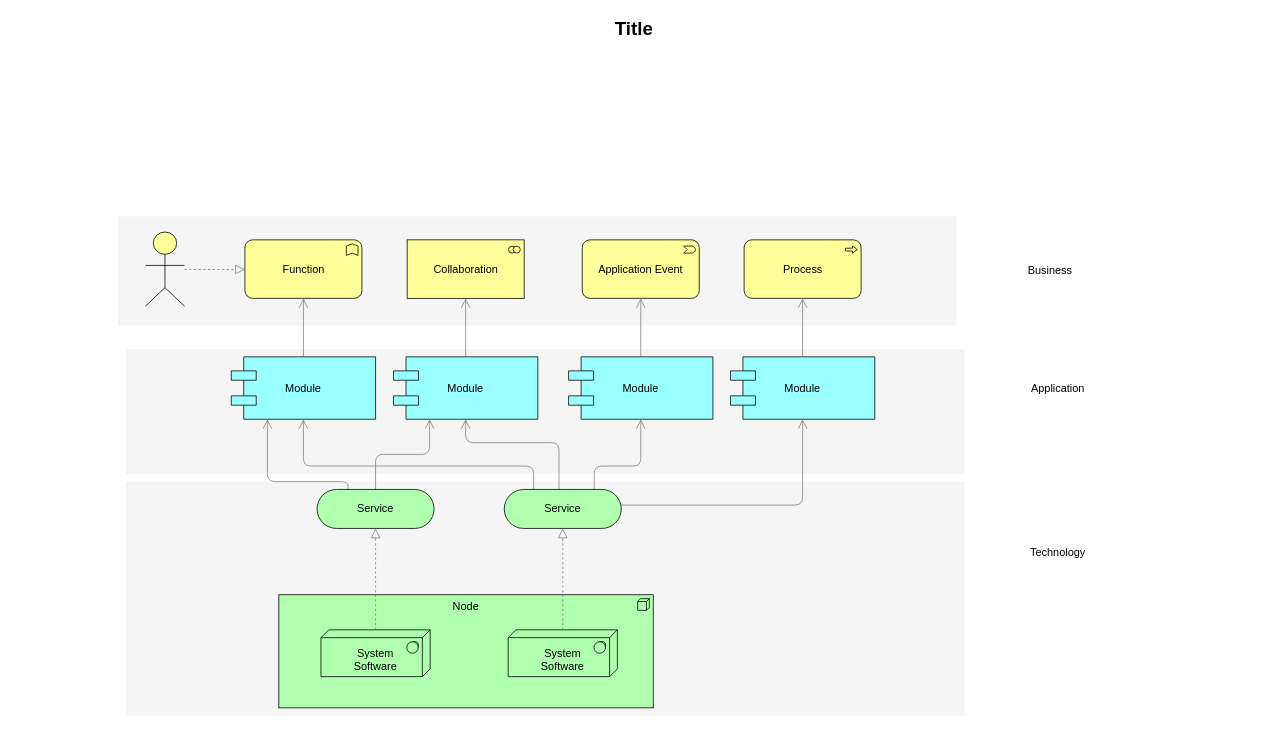
The draw.io diagram Untitled Diagram.drawio in eden2f/docs, before the edit. Source tidied: cells renumbered, new cells numbered last; positions are measured from the earlier drawing's top-left corner, leaving out a move shared by most shapes. Both pictures are drawn from the tidied source at 78%, with x=0, y=0 at pixel (13, 13).
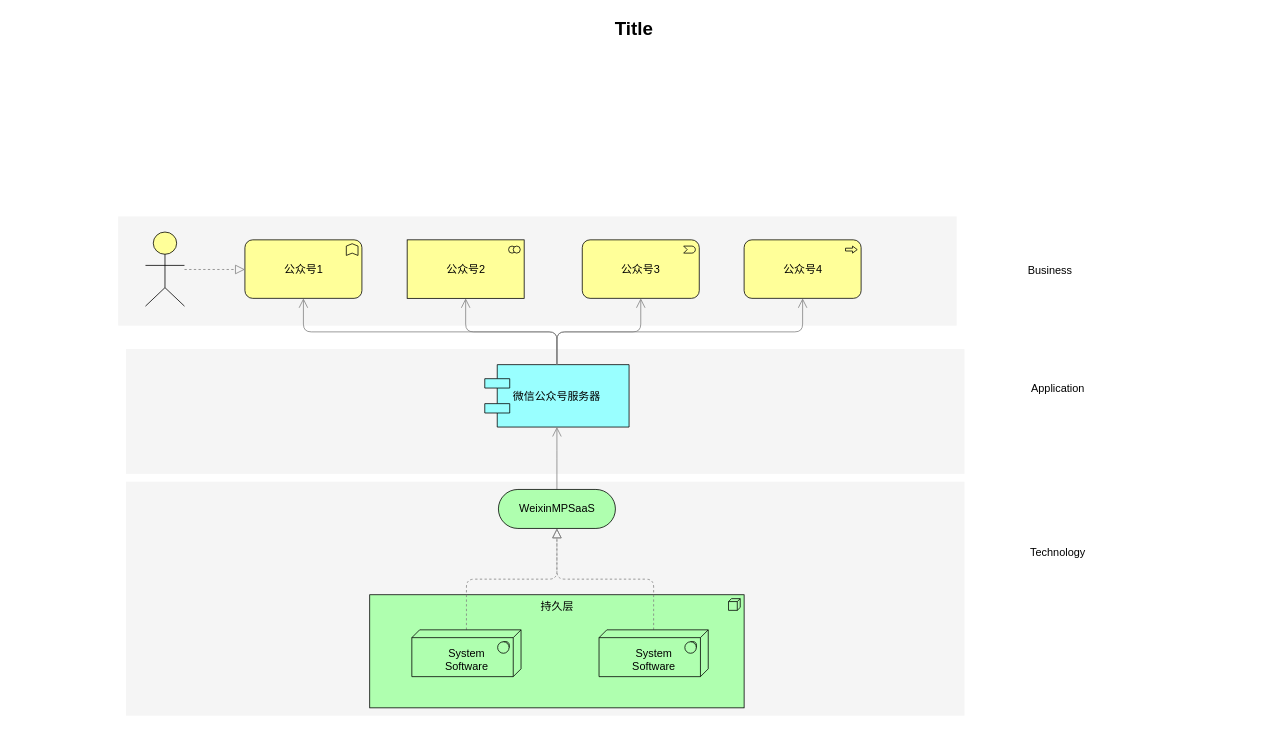
The same diagram, later.

Diff of the diagram source:
```diff
@@
-    <mxCell id="5" value="Node" style="html=1;whiteSpace=wrap;fillColor=#AFFFAF;shape=mxgraph.archimate3.application;appType=node;archiType=square;fontSize=14;verticalAlign=top;" parent="1" vertex="1">
-      <mxGeometry x="340" y="745" width="480" height="145" as="geometry" />
+    <mxCell id="5" value="持久层" style="html=1;whiteSpace=wrap;fillColor=#AFFFAF;shape=mxgraph.archimate3.application;appType=node;archiType=square;fontSize=14;verticalAlign=top;" parent="1" vertex="1">
+      <mxGeometry x="456.5" y="745" width="480" height="145" as="geometry" />
     </mxCell>
-    <mxCell id="6" style="edgeStyle=elbowEdgeStyle;rounded=1;elbow=vertical;html=1;startSize=10;endArrow=block;endFill=0;endSize=10;jettySize=auto;strokeColor=#808080;fontSize=14;dashed=1;" parent="1" edge="1" source="7" target="12">
+    <mxCell id="6" style="edgeStyle=elbowEdgeStyle;rounded=1;elbow=vertical;html=1;startSize=10;endArrow=block;endFill=0;endSize=10;jettySize=auto;strokeColor=#808080;fontSize=14;dashed=1;" parent="1" edge="1" source="7" target="17">
       <mxGeometry relative="1" as="geometry" />
     </mxCell>
     <mxCell id="7" value="&lt;div&gt;&lt;br&gt;&lt;/div&gt;System&lt;div&gt;Software&lt;/div&gt;" style="html=1;whiteSpace=wrap;fillColor=#AFFFAF;shape=mxgraph.archimate3.tech;techType=sysSw;fontSize=14;" parent="1" vertex="1">
-      <mxGeometry x="394" y="790" width="140" height="60" as="geometry" />
+      <mxGeometry x="510.5" y="790" width="140" height="60" as="geometry" />
     </mxCell>
@@
     <mxCell id="9" value="&lt;div&gt;&lt;br&gt;&lt;/div&gt;&lt;div&gt;&lt;span&gt;System&lt;/span&gt;&lt;div&gt;Software&lt;/div&gt;&lt;/div&gt;" style="html=1;whiteSpace=wrap;fillColor=#AFFFAF;shape=mxgraph.archimate3.tech;techType=sysSw;fontSize=14;" parent="1" vertex="1">
-      <mxGeometry x="634" y="790" width="140" height="60" as="geometry" />
+      <mxGeometry x="750.5" y="790" width="140" height="60" as="geometry" />
     </mxCell>
-    <mxCell id="10" style="edgeStyle=elbowEdgeStyle;rounded=1;elbow=vertical;html=1;startSize=10;endArrow=open;endFill=0;endSize=10;jettySize=auto;strokeColor=#808080;fontSize=14;entryX=0.25;entryY=1;" parent="1" edge="1" source="12" target="21">
-      <mxGeometry relative="1" as="geometry" />
-    </mxCell>
-    <mxCell id="11" style="edgeStyle=elbowEdgeStyle;rounded=1;elbow=vertical;html=1;startSize=10;endArrow=open;endFill=0;endSize=10;jettySize=auto;strokeColor=#808080;fontSize=14;entryX=0.25;entryY=1;exitX=0.265;exitY=0.007;exitPerimeter=0;" parent="1" edge="1" source="12" target="19">
-      <mxGeometry relative="1" as="geometry">
-        <Array as="points">
-          <mxPoint x="372" y="600" />
-        </Array>
-      </mxGeometry>
-    </mxCell>
-    <mxCell id="12" value="Service" style="html=1;whiteSpace=wrap;fillColor=#AFFFAF;shape=mxgraph.archimate3.service;fontSize=14;" parent="1" vertex="1">
-      <mxGeometry x="389" y="610" width="150" height="50" as="geometry" />
-    </mxCell>
-    <mxCell id="13" style="edgeStyle=elbowEdgeStyle;rounded=1;elbow=vertical;html=1;startSize=10;endArrow=open;endFill=0;endSize=10;jettySize=auto;strokeColor=#808080;fontSize=14;" parent="1" edge="1" source="17" target="25">
-      <mxGeometry relative="1" as="geometry">
-        <Array as="points">
-          <mxPoint x="859" y="630" />
-        </Array>
-      </mxGeometry>
-    </mxCell>
-    <mxCell id="14" style="edgeStyle=elbowEdgeStyle;rounded=1;elbow=vertical;html=1;startSize=10;endArrow=open;endFill=0;endSize=10;jettySize=auto;strokeColor=#808080;fontSize=14;entryX=0.5;entryY=1;exitX=0.769;exitY=0.025;exitPerimeter=0;" parent="1" edge="1" source="17" target="23">
-      <mxGeometry relative="1" as="geometry">
-        <Array as="points">
-          <mxPoint x="759" y="580" />
-        </Array>
-      </mxGeometry>
-    </mxCell>
-    <mxCell id="15" style="edgeStyle=elbowEdgeStyle;rounded=1;elbow=vertical;html=1;startSize=10;endArrow=open;endFill=0;endSize=10;jettySize=auto;strokeColor=#808080;fontSize=14;entryX=0.5;entryY=1;exitX=0.468;exitY=0.025;exitPerimeter=0;" parent="1" edge="1" source="17" target="21">
-      <mxGeometry relative="1" as="geometry">
-        <Array as="points">
-          <mxPoint x="649" y="550" />
-        </Array>
-      </mxGeometry>
-    </mxCell>
-    <mxCell id="16" style="edgeStyle=elbowEdgeStyle;rounded=1;elbow=vertical;html=1;startSize=10;endArrow=open;endFill=0;endSize=10;jettySize=auto;strokeColor=#808080;fontSize=14;exitX=0.251;exitY=0.002;exitPerimeter=0;" parent="1" edge="1" source="17" target="19">
+    <mxCell id="16" style="edgeStyle=elbowEdgeStyle;rounded=1;elbow=vertical;html=1;startSize=10;endArrow=open;endFill=0;endSize=10;jettySize=auto;strokeColor=#808080;fontSize=14;exitX=0.5;exitY=0;exitPerimeter=0;entryX=0.5;entryY=1;entryDx=0;entryDy=0;exitDx=0;exitDy=0;" parent="1" edge="1" source="17" target="19">
       <mxGeometry relative="1" as="geometry">
         <Array as="points">
-          <mxPoint x="539" y="580" />
+          <mxPoint x="704" y="570" />
         </Array>
       </mxGeometry>
     </mxCell>
-    <mxCell id="17" value="Service" style="html=1;whiteSpace=wrap;fillColor=#AFFFAF;shape=mxgraph.archimate3.service;fontSize=14;" parent="1" vertex="1">
-      <mxGeometry x="629" y="610" width="150" height="50" as="geometry" />
+    <mxCell id="17" value="WeixinMPSaaS" style="html=1;whiteSpace=wrap;fillColor=#AFFFAF;shape=mxgraph.archimate3.service;fontSize=14;" parent="1" vertex="1">
+      <mxGeometry x="621.5" y="610" width="150" height="50" as="geometry" />
     </mxCell>
@@
-    <mxCell id="19" value="Module" style="shape=component;align=center;fillColor=#99ffff;gradientColor=none;fontSize=14;" parent="1" vertex="1">
-      <mxGeometry x="279" y="440" width="185" height="80" as="geometry" />
+    <mxCell id="19" value="微信公众号服务器" style="shape=component;align=center;fillColor=#99ffff;gradientColor=none;fontSize=14;" parent="1" vertex="1">
+      <mxGeometry x="604" y="450" width="185" height="80" as="geometry" />
     </mxCell>
-    <mxCell id="20" style="edgeStyle=elbowEdgeStyle;rounded=1;elbow=vertical;html=1;startSize=10;endArrow=open;endFill=0;endSize=10;jettySize=auto;strokeColor=#808080;fontSize=14;" parent="1" edge="1" source="21" target="27">
+    <mxCell id="20" style="edgeStyle=elbowEdgeStyle;rounded=1;elbow=vertical;html=1;startSize=10;endArrow=open;endFill=0;endSize=10;jettySize=auto;strokeColor=#808080;fontSize=14;" parent="1" edge="1" source="19" target="27">
       <mxGeometry relative="1" as="geometry" />
     </mxCell>
-    <mxCell id="21" value="Module" style="shape=component;align=center;fillColor=#99ffff;gradientColor=none;fontSize=14;" parent="1" vertex="1">
-      <mxGeometry x="487" y="440" width="185" height="80" as="geometry" />
-    </mxCell>
-    <mxCell id="22" style="edgeStyle=elbowEdgeStyle;rounded=1;elbow=vertical;html=1;startSize=10;endArrow=open;endFill=0;endSize=10;jettySize=auto;strokeColor=#808080;fontSize=14;" parent="1" edge="1" source="23" target="28">
+    <mxCell id="22" style="edgeStyle=elbowEdgeStyle;rounded=1;elbow=vertical;html=1;startSize=10;endArrow=open;endFill=0;endSize=10;jettySize=auto;strokeColor=#808080;fontSize=14;" parent="1" edge="1" source="19" target="28">
       <mxGeometry relative="1" as="geometry" />
     </mxCell>
-    <mxCell id="23" value="Module" style="shape=component;align=center;fillColor=#99ffff;gradientColor=none;fontSize=14;" parent="1" vertex="1">
-      <mxGeometry x="711.5" y="440" width="185" height="80" as="geometry" />
-    </mxCell>
-    <mxCell id="24" style="edgeStyle=elbowEdgeStyle;rounded=1;elbow=vertical;html=1;startSize=10;endArrow=open;endFill=0;endSize=10;jettySize=auto;strokeColor=#808080;fontSize=14;" parent="1" edge="1" source="25" target="29">
+    <mxCell id="24" style="edgeStyle=elbowEdgeStyle;rounded=1;elbow=vertical;html=1;startSize=10;endArrow=open;endFill=0;endSize=10;jettySize=auto;strokeColor=#808080;fontSize=14;" parent="1" edge="1" source="19" target="29">
       <mxGeometry relative="1" as="geometry" />
     </mxCell>
-    <mxCell id="25" value="Module" style="shape=component;align=center;fillColor=#99ffff;gradientColor=none;fontSize=14;" parent="1" vertex="1">
-      <mxGeometry x="919" y="440" width="185" height="80" as="geometry" />
-    </mxCell>
-    <mxCell id="26" value="Function" style="html=1;whiteSpace=wrap;fillColor=#ffff99;shape=mxgraph.archimate3.application;appType=func;archiType=rounded;fontSize=14;" parent="1" vertex="1">
+    <mxCell id="26" value="公众号1" style="html=1;whiteSpace=wrap;fillColor=#ffff99;shape=mxgraph.archimate3.application;appType=func;archiType=rounded;fontSize=14;" parent="1" vertex="1">
       <mxGeometry x="296.5" y="290" width="150" height="75" as="geometry" />
     </mxCell>
-    <mxCell id="27" value="Collaboration" style="html=1;whiteSpace=wrap;fillColor=#ffff99;shape=mxgraph.archimate3.application;appType=collab;archiType=square;fontSize=14;" parent="1" vertex="1">
+    <mxCell id="27" value="公众号2" style="html=1;whiteSpace=wrap;fillColor=#ffff99;shape=mxgraph.archimate3.application;appType=collab;archiType=square;fontSize=14;" parent="1" vertex="1">
       <mxGeometry x="504.5" y="290" width="150" height="75" as="geometry" />
     </mxCell>
-    <mxCell id="28" value="Application Event" style="html=1;whiteSpace=wrap;fillColor=#ffff99;shape=mxgraph.archimate3.application;appType=event;archiType=rounded;fontSize=14;" parent="1" vertex="1">
+    <mxCell id="28" value="公众号3" style="html=1;whiteSpace=wrap;fillColor=#ffff99;shape=mxgraph.archimate3.application;appType=event;archiType=rounded;fontSize=14;" parent="1" vertex="1">
       <mxGeometry x="729" y="290" width="150" height="75" as="geometry" />
     </mxCell>
-    <mxCell id="29" value="Process" style="html=1;whiteSpace=wrap;fillColor=#ffff99;shape=mxgraph.archimate3.application;appType=proc;archiType=rounded;fontSize=14;" parent="1" vertex="1">
+    <mxCell id="29" value="公众号4" style="html=1;whiteSpace=wrap;fillColor=#ffff99;shape=mxgraph.archimate3.application;appType=proc;archiType=rounded;fontSize=14;" parent="1" vertex="1">
       <mxGeometry x="936.5" y="290" width="150" height="75" as="geometry" />
     </mxCell>
```
